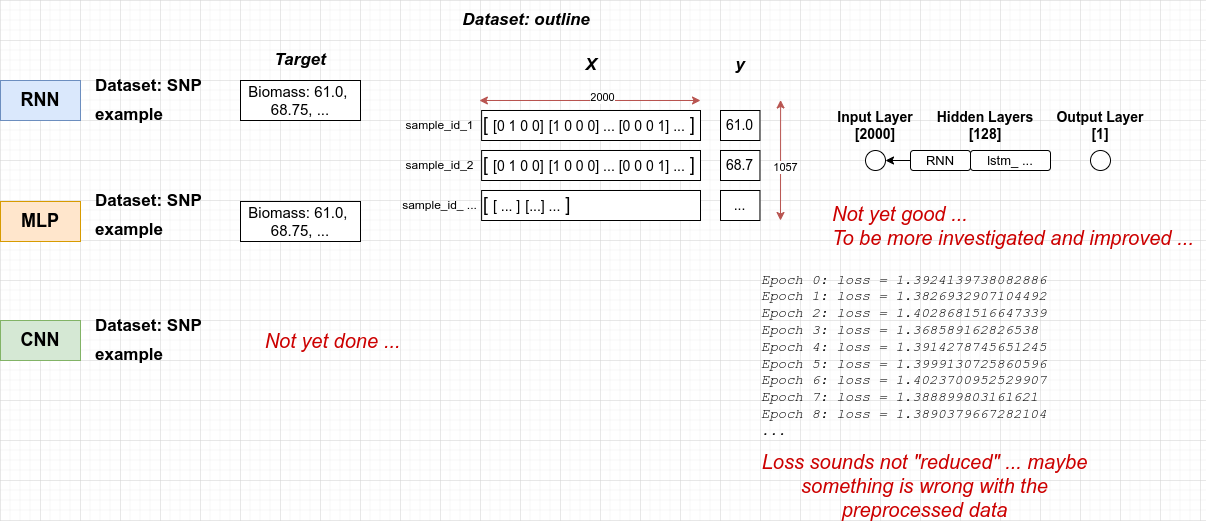
Above: figures/apply_rnn_mlp_to_snp_data_example_overview.png in htnghi/intern_pheno_nnets (draw.io), before the change. Source tidied: cells renumbered, new cells last; positions are measured from the earlier drawing's top-left corner, leaving out a move shared by most shapes. The source it was exported from:
```xml
<mxGraphModel>
  <root>
    <mxCell id="0" />
    <mxCell id="1" parent="0" />
    <mxCell id="2" value="RNN" style="rounded=0;whiteSpace=wrap;html=1;fontSize=18;fontStyle=1;fillColor=#dae8fc;strokeColor=#6c8ebf;" parent="1" vertex="1">
      <mxGeometry y="80" width="80" height="40" as="geometry" />
    </mxCell>
    <mxCell id="3" value="MLP" style="rounded=0;whiteSpace=wrap;html=1;fontSize=18;fontStyle=1;fillColor=#ffe6cc;strokeColor=#d79b00;" parent="1" vertex="1">
      <mxGeometry y="201" width="80" height="40" as="geometry" />
    </mxCell>
    <mxCell id="4" value="&lt;h1&gt;&lt;font style=&quot;font-size: 17px;&quot;&gt;Dataset: SNP example&lt;/font&gt;&lt;/h1&gt;" style="text;html=1;strokeColor=none;fillColor=none;spacing=5;spacingTop=-20;whiteSpace=wrap;overflow=hidden;rounded=0;verticalAlign=middle;" parent="1" vertex="1">
      <mxGeometry x="90" y="67.5" width="120" height="65" as="geometry" />
    </mxCell>
    <mxCell id="5" value="Target" style="text;html=1;strokeColor=none;fillColor=none;align=center;verticalAlign=middle;whiteSpace=wrap;rounded=0;fontSize=17;fontStyle=3;" parent="1" vertex="1">
      <mxGeometry x="260" y="40" width="80" height="40" as="geometry" />
    </mxCell>
    <mxCell id="6" value="Biomass:&amp;nbsp;61.0,&amp;nbsp;&lt;br&gt;68.75, ..." style="rounded=0;whiteSpace=wrap;html=1;fontSize=15;" parent="1" vertex="1">
      <mxGeometry x="240" y="80" width="120" height="40" as="geometry" />
    </mxCell>
    <mxCell id="7" value="Input Layer&lt;br&gt;[2000]" style="text;html=1;strokeColor=none;fillColor=none;align=center;verticalAlign=middle;whiteSpace=wrap;rounded=0;fontStyle=1;fontSize=14;" parent="1" vertex="1">
      <mxGeometry x="830" y="110" width="90" height="30" as="geometry" />
    </mxCell>
    <mxCell id="8" value="Hidden Layers&lt;br&gt;[128]" style="text;html=1;strokeColor=none;fillColor=none;align=center;verticalAlign=middle;whiteSpace=wrap;rounded=0;fontStyle=1;fontSize=14;" parent="1" vertex="1">
      <mxGeometry x="930" y="110" width="110" height="30" as="geometry" />
    </mxCell>
    <mxCell id="9" value="Output Layer&lt;br&gt;[1]" style="text;html=1;strokeColor=none;fillColor=none;align=center;verticalAlign=middle;whiteSpace=wrap;rounded=0;fontStyle=1;fontSize=14;" parent="1" vertex="1">
      <mxGeometry x="1055" y="110" width="90" height="30" as="geometry" />
    </mxCell>
    <mxCell id="10" style="ellipse;whiteSpace=wrap;html=1;" parent="1" vertex="1">
      <mxGeometry x="865" y="150" width="20" height="20" as="geometry" />
    </mxCell>
    <mxCell id="11" style="edgeStyle=orthogonalEdgeStyle;rounded=0;jettySize=auto;html=1;" parent="1" edge="1" source="12" target="10">
      <mxGeometry relative="1" as="geometry" />
    </mxCell>
    <mxCell id="12" value="&lt;font style=&quot;font-size: 13px;&quot;&gt;RNN&lt;/font&gt;" style="rounded=1;whiteSpace=wrap;html=1;" parent="1" vertex="1">
      <mxGeometry x="910" y="150" width="60" height="20" as="geometry" />
    </mxCell>
    <mxCell id="13" value="&lt;font style=&quot;font-size: 13px;&quot;&gt;lstm_ ...&lt;/font&gt;" style="rounded=1;whiteSpace=wrap;html=1;fontSize=12;" parent="1" vertex="1">
      <mxGeometry x="970" y="150" width="80" height="20" as="geometry" />
    </mxCell>
    <mxCell id="14" style="ellipse;whiteSpace=wrap;html=1;" parent="1" vertex="1">
      <mxGeometry x="1090" y="150" width="20" height="20" as="geometry" />
    </mxCell>
    <mxCell id="15" value="Biomass:&amp;nbsp;61.0,&amp;nbsp;&lt;br&gt;68.75, ..." style="rounded=0;whiteSpace=wrap;html=1;fontSize=15;" parent="1" vertex="1">
      <mxGeometry x="240" y="201" width="120" height="40" as="geometry" />
    </mxCell>
    <mxCell id="16" value="&lt;h1&gt;&lt;font style=&quot;font-size: 17px;&quot;&gt;Dataset: SNP example&lt;/font&gt;&lt;/h1&gt;" style="text;html=1;strokeColor=none;fillColor=none;spacing=5;spacingTop=-20;whiteSpace=wrap;overflow=hidden;rounded=0;verticalAlign=middle;" parent="1" vertex="1">
      <mxGeometry x="90" y="182.5" width="120" height="65" as="geometry" />
    </mxCell>
    <mxCell id="17" value="CNN" style="rounded=0;whiteSpace=wrap;html=1;fontSize=18;fontStyle=1;fillColor=#d5e8d4;strokeColor=#82b366;" parent="1" vertex="1">
      <mxGeometry y="320" width="80" height="40" as="geometry" />
    </mxCell>
    <mxCell id="18" value="&lt;h1&gt;&lt;font style=&quot;font-size: 17px;&quot;&gt;Dataset: SNP example&lt;/font&gt;&lt;/h1&gt;" style="text;html=1;strokeColor=none;fillColor=none;spacing=5;spacingTop=-20;whiteSpace=wrap;overflow=hidden;rounded=0;verticalAlign=middle;" parent="1" vertex="1">
      <mxGeometry x="90" y="307.5" width="120" height="65" as="geometry" />
    </mxCell>
    <mxCell id="19" value="Dataset: outline" style="text;html=1;strokeColor=none;fillColor=none;align=center;verticalAlign=middle;whiteSpace=wrap;rounded=0;fontSize=17;fontStyle=3;" parent="1" vertex="1">
      <mxGeometry x="441.1" width="170" height="40" as="geometry" />
    </mxCell>
    <mxCell id="20" value="&lt;font style=&quot;font-size: 18px;&quot;&gt;[ &lt;/font&gt;&lt;font style=&quot;font-size: 14px;&quot;&gt;[0 1 0 0]&lt;/font&gt;&lt;font style=&quot;font-size: 18px;&quot;&gt; &lt;/font&gt;&lt;font style=&quot;font-size: 14px;&quot;&gt;[1 0 0 0] ... [0 0 0 1] ...&lt;/font&gt;&lt;font style=&quot;font-size: 18px;&quot;&gt; ]&lt;/font&gt;" style="rounded=0;whiteSpace=wrap;html=1;align=left;" parent="1" vertex="1">
      <mxGeometry x="481.1" y="110" width="218.9" height="30" as="geometry" />
    </mxCell>
    <mxCell id="21" value="sample_id_1" style="text;html=1;strokeColor=none;fillColor=none;align=center;verticalAlign=middle;whiteSpace=wrap;rounded=0;" parent="1" vertex="1">
      <mxGeometry x="400" y="110" width="78.9" height="30" as="geometry" />
    </mxCell>
    <mxCell id="22" value="&lt;font style=&quot;font-size: 18px;&quot;&gt;[ &lt;/font&gt;&lt;font style=&quot;font-size: 14px;&quot;&gt;[0 1 0 0]&lt;/font&gt;&lt;font style=&quot;font-size: 18px;&quot;&gt; &lt;/font&gt;&lt;font style=&quot;font-size: 14px;&quot;&gt;[1 0 0 0] ... [0 0 0 1] ...&lt;/font&gt;&lt;font style=&quot;font-size: 18px;&quot;&gt; ]&lt;/font&gt;" style="rounded=0;whiteSpace=wrap;html=1;align=left;" parent="1" vertex="1">
      <mxGeometry x="481.1" y="150" width="218.9" height="30" as="geometry" />
    </mxCell>
    <mxCell id="23" value="sample_id_2" style="text;html=1;strokeColor=none;fillColor=none;align=center;verticalAlign=middle;whiteSpace=wrap;rounded=0;" parent="1" vertex="1">
      <mxGeometry x="400" y="150" width="78.9" height="30" as="geometry" />
    </mxCell>
    <mxCell id="24" value="&lt;font style=&quot;font-size: 18px;&quot;&gt;[ &lt;/font&gt;&lt;font style=&quot;font-size: 14px;&quot;&gt;[ ... ]&lt;/font&gt;&lt;font style=&quot;font-size: 18px;&quot;&gt; &lt;/font&gt;&lt;font style=&quot;font-size: 14px;&quot;&gt;[...] ...&lt;/font&gt;&lt;font style=&quot;font-size: 18px;&quot;&gt; ]&lt;/font&gt;" style="rounded=0;whiteSpace=wrap;html=1;align=left;" parent="1" vertex="1">
      <mxGeometry x="481.1" y="190" width="218.9" height="30" as="geometry" />
    </mxCell>
    <mxCell id="25" value="sample_id_ ..." style="text;html=1;strokeColor=none;fillColor=none;align=center;verticalAlign=middle;whiteSpace=wrap;rounded=0;" parent="1" vertex="1">
      <mxGeometry x="400" y="190" width="78.9" height="30" as="geometry" />
    </mxCell>
    <mxCell id="26" value="X" style="text;html=1;strokeColor=none;fillColor=none;align=center;verticalAlign=middle;whiteSpace=wrap;rounded=0;fontSize=17;fontStyle=3;" parent="1" vertex="1">
      <mxGeometry x="550.6" y="50" width="80" height="30" as="geometry" />
    </mxCell>
    <mxCell id="27" value="y" style="text;html=1;strokeColor=none;fillColor=none;align=center;verticalAlign=middle;whiteSpace=wrap;rounded=0;fontSize=17;fontStyle=3;" parent="1" vertex="1">
      <mxGeometry x="720" y="50" width="40" height="30" as="geometry" />
    </mxCell>
    <mxCell id="28" value="&lt;font style=&quot;font-size: 14px;&quot;&gt;61.0&lt;/font&gt;" style="rounded=0;whiteSpace=wrap;html=1;align=center;" parent="1" vertex="1">
      <mxGeometry x="720" y="110" width="39.5" height="30" as="geometry" />
    </mxCell>
    <mxCell id="29" value="&lt;font style=&quot;font-size: 14px;&quot;&gt;68.7&lt;/font&gt;" style="rounded=0;whiteSpace=wrap;html=1;align=center;" parent="1" vertex="1">
      <mxGeometry x="720" y="150" width="39.5" height="30" as="geometry" />
    </mxCell>
    <mxCell id="30" value="&lt;font style=&quot;font-size: 14px;&quot;&gt;...&lt;/font&gt;" style="rounded=0;whiteSpace=wrap;html=1;align=center;" parent="1" vertex="1">
      <mxGeometry x="720" y="190" width="39.5" height="30" as="geometry" />
    </mxCell>
    <mxCell id="31" style="endArrow=classic;startArrow=classic;html=1;rounded=0;fillColor=#f8cecc;strokeColor=#b85450;" parent="1" edge="1">
      <mxGeometry relative="1" as="geometry">
        <mxPoint x="478.9" y="100" as="sourcePoint" />
        <mxPoint x="700" y="100" as="targetPoint" />
      </mxGeometry>
    </mxCell>
    <mxCell id="32" value="2000" style="edgeLabel;html=1;align=center;verticalAlign=middle;" parent="31" vertex="1">
      <mxGeometry x="0.11" y="4" relative="1" as="geometry" />
    </mxCell>
    <mxCell id="33" style="endArrow=classic;startArrow=classic;html=1;rounded=0;fillColor=#f8cecc;strokeColor=#b85450;" parent="1" edge="1">
      <mxGeometry relative="1" as="geometry">
        <mxPoint x="780.1" y="99.5" as="sourcePoint" />
        <mxPoint x="780" y="220" as="targetPoint" />
      </mxGeometry>
    </mxCell>
    <mxCell id="34" value="1057" style="edgeLabel;html=1;align=center;verticalAlign=middle;" parent="33" vertex="1">
      <mxGeometry x="0.11" y="4" relative="1" as="geometry" />
    </mxCell>
    <mxCell id="35" value="&lt;i style=&quot;font-size: 20px;&quot;&gt;&lt;font style=&quot;font-size: 20px;&quot;&gt;Not yet good ...&lt;br&gt;To be more investigated and improved ...&lt;br&gt;&lt;/font&gt;&lt;/i&gt;" style="text;html=1;strokeColor=none;fillColor=none;align=left;verticalAlign=middle;whiteSpace=wrap;rounded=0;fontSize=20;fontColor=#CC0000;" parent="1" vertex="1">
      <mxGeometry x="830" y="190" width="375" height="70" as="geometry" />
    </mxCell>
    <mxCell id="36" value="&lt;i style=&quot;font-size: 20px;&quot;&gt;&lt;font style=&quot;font-size: 20px;&quot;&gt;Not yet done ...&lt;/font&gt;&lt;/i&gt;" style="text;html=1;strokeColor=none;fillColor=none;align=center;verticalAlign=middle;whiteSpace=wrap;rounded=0;fontSize=20;fontColor=#CC0000;" parent="1" vertex="1">
      <mxGeometry x="240" y="320" width="185" height="40" as="geometry" />
    </mxCell>
    <mxCell id="37" value="&lt;div style=&quot;font-size: 14px;&quot;&gt;&lt;font style=&quot;font-size: 14px;&quot;&gt;Epoch 0: loss = 1.3924139738082886&lt;/font&gt;&lt;/div&gt;&lt;div style=&quot;font-size: 14px;&quot;&gt;&lt;font style=&quot;font-size: 14px;&quot;&gt;Epoch 1: loss = 1.3826932907104492&lt;/font&gt;&lt;/div&gt;&lt;div style=&quot;font-size: 14px;&quot;&gt;&lt;font style=&quot;font-size: 14px;&quot;&gt;Epoch 2: loss = 1.4028681516647339&lt;/font&gt;&lt;/div&gt;&lt;div style=&quot;font-size: 14px;&quot;&gt;&lt;font style=&quot;font-size: 14px;&quot;&gt;Epoch 3: loss = 1.368589162826538&lt;/font&gt;&lt;/div&gt;&lt;div style=&quot;font-size: 14px;&quot;&gt;&lt;font style=&quot;font-size: 14px;&quot;&gt;Epoch 4: loss = 1.3914278745651245&lt;/font&gt;&lt;/div&gt;&lt;div style=&quot;font-size: 14px;&quot;&gt;&lt;font style=&quot;font-size: 14px;&quot;&gt;Epoch 5: loss = 1.3999130725860596&lt;/font&gt;&lt;/div&gt;&lt;div style=&quot;font-size: 14px;&quot;&gt;&lt;font style=&quot;font-size: 14px;&quot;&gt;Epoch 6: loss = 1.4023700952529907&lt;/font&gt;&lt;/div&gt;&lt;div style=&quot;font-size: 14px;&quot;&gt;&lt;font style=&quot;font-size: 14px;&quot;&gt;Epoch 7: loss = 1.388899803161621&lt;/font&gt;&lt;/div&gt;&lt;div style=&quot;font-size: 14px;&quot;&gt;&lt;font style=&quot;font-size: 14px;&quot;&gt;Epoch 8: loss = 1.3890379667282104&lt;/font&gt;&lt;/div&gt;&lt;div style=&quot;font-size: 14px;&quot;&gt;&lt;font style=&quot;font-size: 14px;&quot;&gt;...&lt;/font&gt;&lt;/div&gt;" style="text;html=1;strokeColor=none;fillColor=none;align=left;verticalAlign=middle;whiteSpace=wrap;rounded=0;fontStyle=2;fontFamily=Courier New;" parent="1" vertex="1">
      <mxGeometry x="759.5" y="260" width="330.6" height="190" as="geometry" />
    </mxCell>
    <mxCell id="38" value="&lt;i&gt;Loss sounds not &quot;reduced&quot; ... maybe something is wrong with the preprocessed data&lt;/i&gt;" style="text;html=1;strokeColor=none;fillColor=none;align=center;verticalAlign=middle;whiteSpace=wrap;rounded=0;fontSize=20;fontColor=#CC0000;" parent="1" vertex="1">
      <mxGeometry x="759.5" y="450" width="330.6" height="70" as="geometry" />
    </mxCell>
  </root>
</mxGraphModel>
```
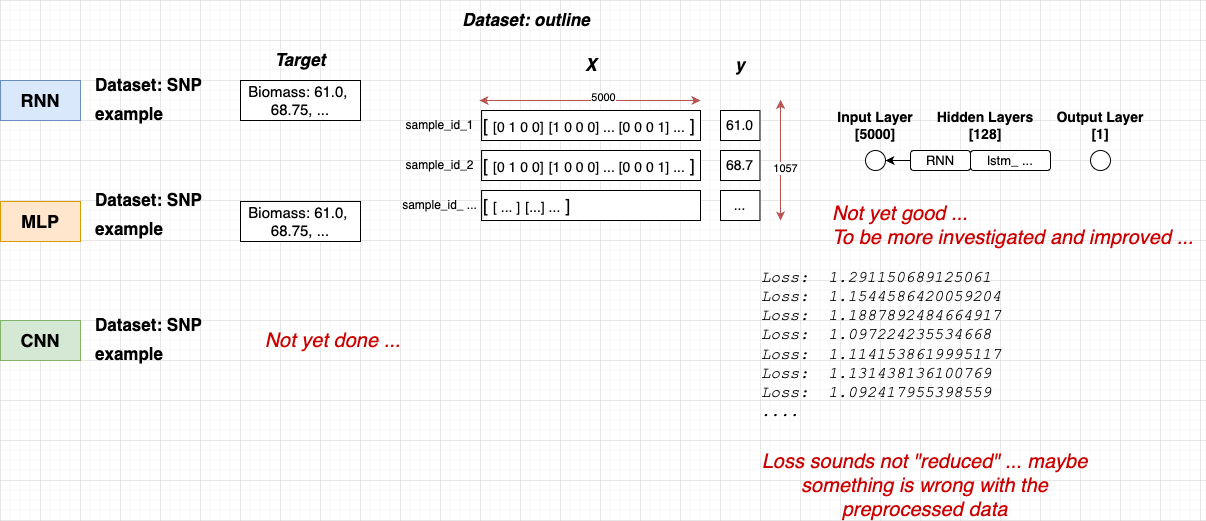
After the commit.

What changed in the source:
```diff
@@ -17,7 +17,7 @@
     <mxCell id="6" value="Biomass:&amp;nbsp;61.0,&amp;nbsp;&lt;br&gt;68.75, ..." style="rounded=0;whiteSpace=wrap;html=1;fontSize=15;" parent="1" vertex="1">
       <mxGeometry x="240" y="80" width="120" height="40" as="geometry" />
     </mxCell>
-    <mxCell id="7" value="Input Layer&lt;br&gt;[2000]" style="text;html=1;strokeColor=none;fillColor=none;align=center;verticalAlign=middle;whiteSpace=wrap;rounded=0;fontStyle=1;fontSize=14;" parent="1" vertex="1">
+    <mxCell id="7" value="Input Layer&lt;br&gt;[5000]" style="text;html=1;strokeColor=none;fillColor=none;align=center;verticalAlign=middle;whiteSpace=wrap;rounded=0;fontStyle=1;fontSize=14;" parent="1" vertex="1">
       <mxGeometry x="830" y="110" width="90" height="30" as="geometry" />
     </mxCell>
     <mxCell id="8" value="Hidden Layers&lt;br&gt;[128]" style="text;html=1;strokeColor=none;fillColor=none;align=center;verticalAlign=middle;whiteSpace=wrap;rounded=0;fontStyle=1;fontSize=14;" parent="1" vertex="1">
@@ -95,8 +95,10 @@
         <mxPoint x="700" y="100" as="targetPoint" />
       </mxGeometry>
     </mxCell>
-    <mxCell id="32" value="2000" style="edgeLabel;html=1;align=center;verticalAlign=middle;" parent="31" vertex="1">
-      <mxGeometry x="0.11" y="4" relative="1" as="geometry" />
+    <mxCell id="32" value="5000" style="edgeLabel;html=1;align=center;verticalAlign=middle;" parent="31" vertex="1">
+      <mxGeometry x="0.11" y="4" relative="1" as="geometry">
+        <mxPoint x="1" as="offset" />
+      </mxGeometry>
     </mxCell>
     <mxCell id="33" style="endArrow=classic;startArrow=classic;html=1;rounded=0;fillColor=#f8cecc;strokeColor=#b85450;" parent="1" edge="1">
       <mxGeometry relative="1" as="geometry">
@@ -113,8 +115,8 @@
     <mxCell id="36" value="&lt;i style=&quot;font-size: 20px;&quot;&gt;&lt;font style=&quot;font-size: 20px;&quot;&gt;Not yet done ...&lt;/font&gt;&lt;/i&gt;" style="text;html=1;strokeColor=none;fillColor=none;align=center;verticalAlign=middle;whiteSpace=wrap;rounded=0;fontSize=20;fontColor=#CC0000;" parent="1" vertex="1">
       <mxGeometry x="240" y="320" width="185" height="40" as="geometry" />
     </mxCell>
-    <mxCell id="37" value="&lt;div style=&quot;font-size: 14px;&quot;&gt;&lt;font style=&quot;font-size: 14px;&quot;&gt;Epoch 0: loss = 1.3924139738082886&lt;/font&gt;&lt;/div&gt;&lt;div style=&quot;font-size: 14px;&quot;&gt;&lt;font style=&quot;font-size: 14px;&quot;&gt;Epoch 1: loss = 1.3826932907104492&lt;/font&gt;&lt;/div&gt;&lt;div style=&quot;font-size: 14px;&quot;&gt;&lt;font style=&quot;font-size: 14px;&quot;&gt;Epoch 2: loss = 1.4028681516647339&lt;/font&gt;&lt;/div&gt;&lt;div style=&quot;font-size: 14px;&quot;&gt;&lt;font style=&quot;font-size: 14px;&quot;&gt;Epoch 3: loss = 1.368589162826538&lt;/font&gt;&lt;/div&gt;&lt;div style=&quot;font-size: 14px;&quot;&gt;&lt;font style=&quot;font-size: 14px;&quot;&gt;Epoch 4: loss = 1.3914278745651245&lt;/font&gt;&lt;/div&gt;&lt;div style=&quot;font-size: 14px;&quot;&gt;&lt;font style=&quot;font-size: 14px;&quot;&gt;Epoch 5: loss = 1.3999130725860596&lt;/font&gt;&lt;/div&gt;&lt;div style=&quot;font-size: 14px;&quot;&gt;&lt;font style=&quot;font-size: 14px;&quot;&gt;Epoch 6: loss = 1.4023700952529907&lt;/font&gt;&lt;/div&gt;&lt;div style=&quot;font-size: 14px;&quot;&gt;&lt;font style=&quot;font-size: 14px;&quot;&gt;Epoch 7: loss = 1.388899803161621&lt;/font&gt;&lt;/div&gt;&lt;div style=&quot;font-size: 14px;&quot;&gt;&lt;font style=&quot;font-size: 14px;&quot;&gt;Epoch 8: loss = 1.3890379667282104&lt;/font&gt;&lt;/div&gt;&lt;div style=&quot;font-size: 14px;&quot;&gt;&lt;font style=&quot;font-size: 14px;&quot;&gt;...&lt;/font&gt;&lt;/div&gt;" style="text;html=1;strokeColor=none;fillColor=none;align=left;verticalAlign=middle;whiteSpace=wrap;rounded=0;fontStyle=2;fontFamily=Courier New;" parent="1" vertex="1">
-      <mxGeometry x="759.5" y="260" width="330.6" height="190" as="geometry" />
+    <mxCell id="37" value="&lt;div style=&quot;font-size: 16px;&quot;&gt;&lt;font style=&quot;font-size: 16px;&quot;&gt;Loss:&amp;nbsp; 1.291150689125061&lt;span style=&quot;font-variant-ligatures: no-common-ligatures;&quot; class=&quot;s1&quot;&gt;&lt;/span&gt;&lt;br&gt;&lt;span style=&quot;font-variant-ligatures: no-common-ligatures;&quot; class=&quot;s1&quot;&gt;Loss:&lt;span class=&quot;Apple-converted-space&quot;&gt;&amp;nbsp; &lt;/span&gt;1.1544586420059204&lt;/span&gt;&lt;br&gt;&lt;span style=&quot;font-variant-ligatures: no-common-ligatures;&quot; class=&quot;s1&quot;&gt;Loss:&lt;span class=&quot;Apple-converted-space&quot;&gt;&amp;nbsp; &lt;/span&gt;1.1887892484664917&lt;/span&gt;&lt;br&gt;&lt;span style=&quot;font-variant-ligatures: no-common-ligatures;&quot; class=&quot;s1&quot;&gt;Loss:&lt;span class=&quot;Apple-converted-space&quot;&gt;&amp;nbsp; &lt;/span&gt;1.097224235534668&lt;/span&gt;&lt;br&gt;&lt;span style=&quot;font-variant-ligatures: no-common-ligatures;&quot; class=&quot;s1&quot;&gt;Loss:&lt;span class=&quot;Apple-converted-space&quot;&gt;&amp;nbsp; &lt;/span&gt;1.1141538619995117&lt;/span&gt;&lt;br&gt;&lt;span style=&quot;font-variant-ligatures: no-common-ligatures;&quot; class=&quot;s1&quot;&gt;Loss:&lt;span class=&quot;Apple-converted-space&quot;&gt;&amp;nbsp; &lt;/span&gt;1.131438136100769&lt;/span&gt;&lt;br&gt;&lt;span style=&quot;font-variant-ligatures: no-common-ligatures;&quot; class=&quot;s1&quot;&gt;Loss:&lt;span class=&quot;Apple-converted-space&quot;&gt;&amp;nbsp; &lt;/span&gt;1.092417955398559&lt;/span&gt;&lt;/font&gt;&lt;/div&gt;&lt;div style=&quot;font-size: 16px;&quot;&gt;&lt;span style=&quot;font-variant-ligatures: no-common-ligatures;&quot; class=&quot;s1&quot;&gt;&lt;font style=&quot;font-size: 16px;&quot;&gt;....&lt;/font&gt;&lt;/span&gt;&lt;/div&gt;" style="text;html=1;strokeColor=none;fillColor=none;align=left;verticalAlign=middle;whiteSpace=wrap;rounded=0;fontStyle=2;fontFamily=Courier New;" parent="1" vertex="1">
+      <mxGeometry x="759.5" y="260" width="310.6" height="170" as="geometry" />
     </mxCell>
     <mxCell id="38" value="&lt;i&gt;Loss sounds not &quot;reduced&quot; ... maybe something is wrong with the preprocessed data&lt;/i&gt;" style="text;html=1;strokeColor=none;fillColor=none;align=center;verticalAlign=middle;whiteSpace=wrap;rounded=0;fontSize=20;fontColor=#CC0000;" parent="1" vertex="1">
       <mxGeometry x="759.5" y="450" width="330.6" height="70" as="geometry" />
```
